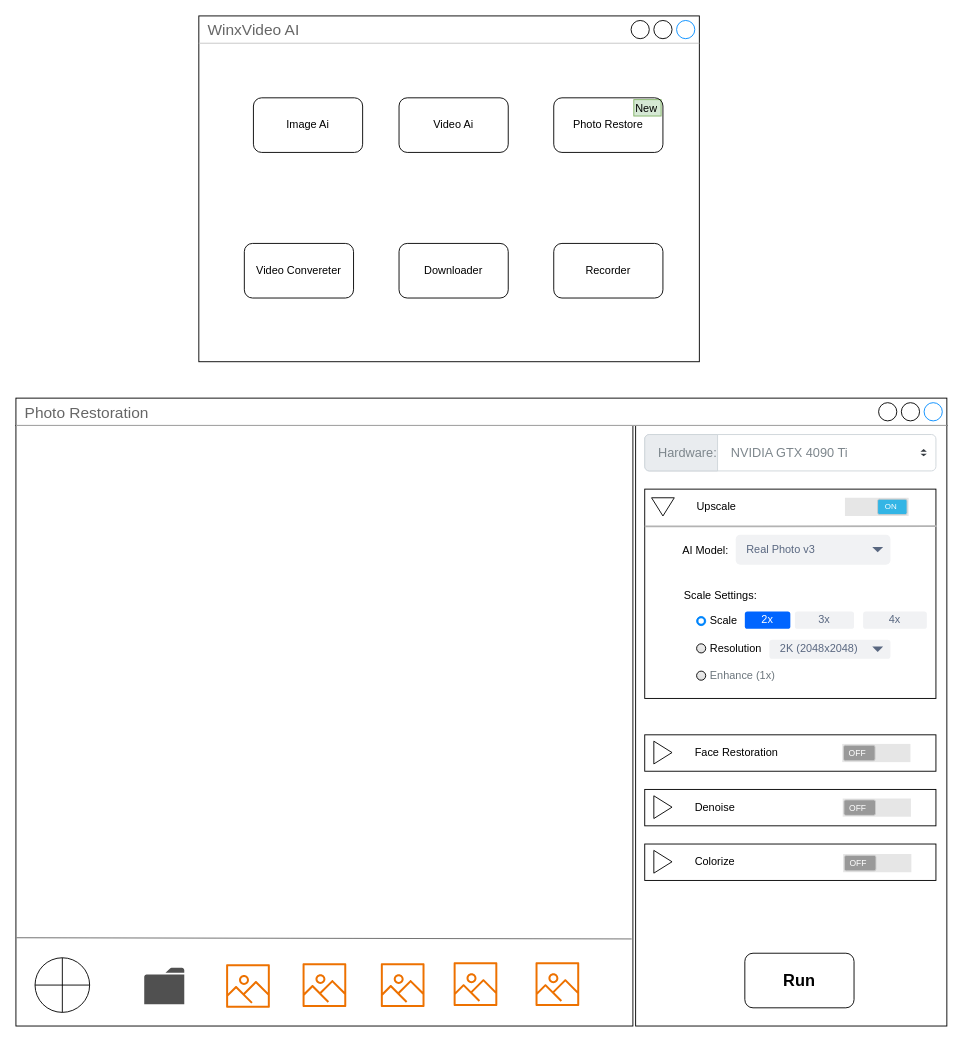
Above: photo.drawio in macfanr/drawio (draw.io), before the change. Source tidied: cells renumbered, new cells numbered last; positions are measured from the earlier drawing's top-left corner, leaving out a move shared by most shapes. Both pictures are drawn from the tidied source at 91%, with x=0, y=0 at pixel (15, 15).
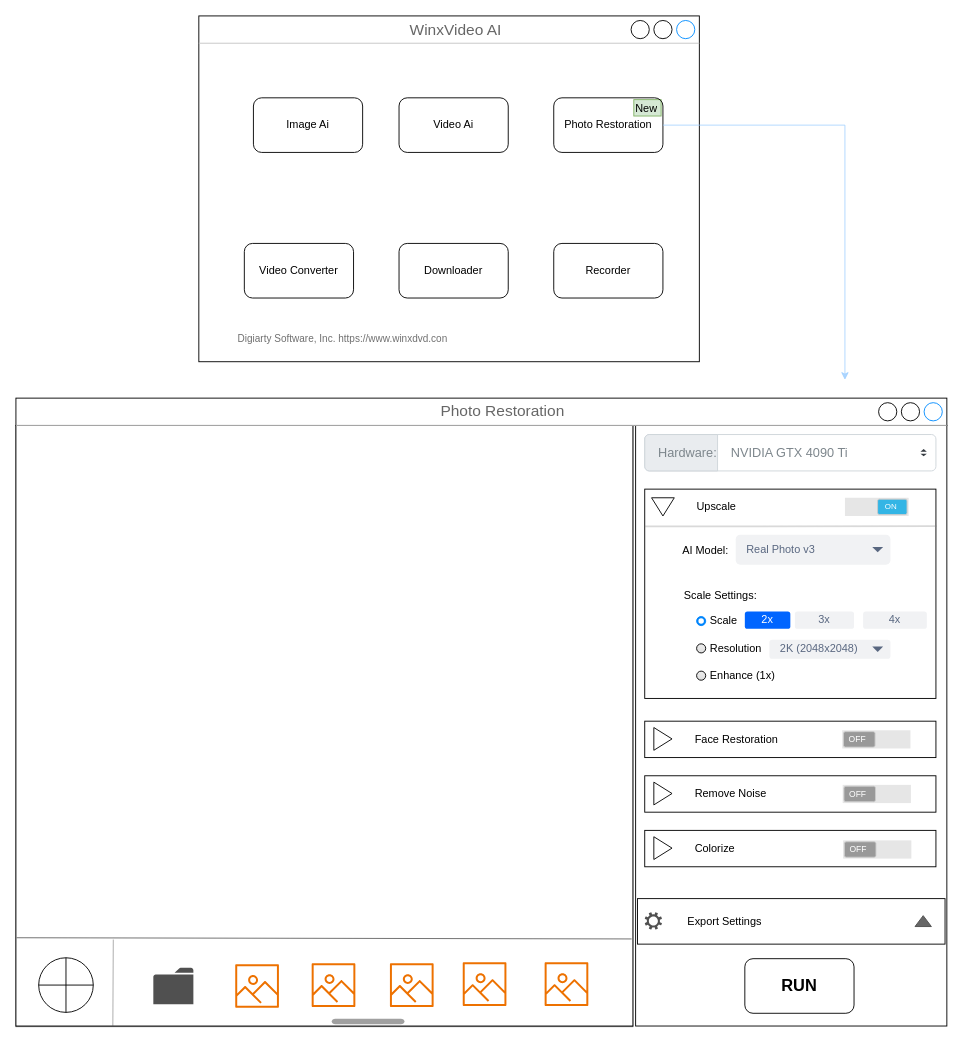
The same page after the edit.

Unchanged cells that the change refers to:
```xml
<mxCell id="13" style="html=1;whiteSpace=wrap;align=left;" parent="1" vertex="1">
  <mxGeometry x="691" y="520" width="320" height="230" as="geometry" />
</mxCell>
```

What changed in the source:
```diff
@@
-    <mxCell id="3" value="WinxVideo AI" style="strokeWidth=1;shadow=0;dashed=0;align=center;html=1;shape=mxgraph.mockup.containers.window;align=left;verticalAlign=top;spacingLeft=8;strokeColor2=#008cff;strokeColor3=#c4c4c4;fontColor=#666666;mainText=;fontSize=17;labelBackgroundColor=none;whiteSpace=wrap;" parent="1" vertex="1">
+    <mxCell id="3" style="strokeWidth=1;shadow=0;dashed=0;align=center;html=1;shape=mxgraph.mockup.containers.window;align=left;verticalAlign=top;spacingLeft=8;strokeColor2=#008cff;strokeColor3=#c4c4c4;fontColor=#666666;mainText=;fontSize=17;labelBackgroundColor=none;whiteSpace=wrap;" parent="1" vertex="1">
       <mxGeometry x="201" width="550" height="380" as="geometry" />
     </mxCell>
@@
-    <mxCell id="6" value="Video Convereter" style="rounded=1;whiteSpace=wrap;html=1;" parent="1" vertex="1">
+    <mxCell id="6" value="Video Converter" style="rounded=1;whiteSpace=wrap;html=1;" parent="1" vertex="1">
       <mxGeometry x="251" y="250" width="120" height="60" as="geometry" />
     </mxCell>
@@
-    <mxCell id="22" value="Enhance (1x&lt;span style=&quot;background-color: initial;&quot;&gt;)&lt;/span&gt;" style="html=1;shadow=0;dashed=0;shape=mxgraph.bootstrap.radioButton2;labelPosition=right;verticalLabelPosition=middle;align=left;verticalAlign=middle;gradientColor=#DEDEDE;fillColor=#EDEDED;checked=0;spacing=5;fontColor=#6C767D;checkedFill=#0085FC;checkedStroke=#ffffff;sketch=0;" parent="13" vertex="1">
+    <mxCell id="22" value="Enhance (1x&lt;span style=&quot;background-color: initial;&quot;&gt;)&lt;/span&gt;" style="html=1;shadow=0;dashed=0;shape=mxgraph.bootstrap.radioButton2;labelPosition=right;verticalLabelPosition=middle;align=left;verticalAlign=middle;gradientColor=#DEDEDE;fillColor=#EDEDED;checked=0;spacing=5;fontColor=#000000;checkedFill=#0085FC;checkedStroke=#ffffff;sketch=0;" parent="13" vertex="1">
       <mxGeometry x="57" y="200" width="10" height="10" as="geometry" />
     </mxCell>
@@
     <mxCell id="29" value="&lt;span style=&quot;white-space: pre;&quot;&gt;&#9;&lt;/span&gt;&lt;span style=&quot;white-space: pre;&quot;&gt;&#9;&lt;/span&gt;Face Restoration" style="html=1;whiteSpace=wrap;align=left;" parent="1" vertex="1">
-      <mxGeometry x="691" y="790" width="320" height="40" as="geometry" />
+      <mxGeometry x="691" y="775" width="320" height="40" as="geometry" />
     </mxCell>
@@
-    <mxCell id="32" value="&lt;span style=&quot;white-space: pre;&quot;&gt;&#9;&lt;/span&gt;&lt;span style=&quot;white-space: pre;&quot;&gt;&#9;&lt;/span&gt;Denoise" style="html=1;whiteSpace=wrap;align=left;" parent="1" vertex="1">
-      <mxGeometry x="691" y="850" width="320" height="40" as="geometry" />
+    <mxCell id="32" value="&lt;span style=&quot;white-space: pre;&quot;&gt;&#9;&lt;/span&gt;&lt;span style=&quot;white-space: pre;&quot;&gt;&#9;&lt;/span&gt;Remove Noise" style="html=1;whiteSpace=wrap;align=left;" parent="1" vertex="1">
+      <mxGeometry x="691" y="835" width="320" height="40" as="geometry" />
     </mxCell>
@@
     <mxCell id="35" value="&lt;span style=&quot;white-space: pre;&quot;&gt;&#9;&lt;/span&gt;&lt;span style=&quot;white-space: pre;&quot;&gt;&#9;&lt;/span&gt;Colorize" style="html=1;whiteSpace=wrap;align=left;" parent="1" vertex="1">
-      <mxGeometry x="691" y="910" width="320" height="40" as="geometry" />
+      <mxGeometry x="691" y="895" width="320" height="40" as="geometry" />
     </mxCell>
@@
-    <mxCell id="38" style="endArrow=none;html=1;strokeWidth=2;rounded=0;fillColor=#f5f5f5;strokeColor=#B3B3B3;entryX=1.003;entryY=0.177;entryDx=0;entryDy=0;entryPerimeter=0;" parent="1" edge="1" target="13">
+    <mxCell id="38" style="endArrow=none;html=1;strokeWidth=2;rounded=0;fillColor=#f5f5f5;strokeColor=#808080;entryX=1.003;entryY=0.177;entryDx=0;entryDy=0;entryPerimeter=0;labelBackgroundColor=none;fontColor=none;noLabel=1;opacity=30;" parent="1" edge="1" target="13">
       <mxGeometry relative="1" as="geometry">
         <mxPoint x="691" y="561" as="sourcePoint" />
       </mxGeometry>
     </mxCell>
-    <mxCell id="39" value="&lt;b&gt;&lt;font style=&quot;font-size: 18px;&quot;&gt;Run&lt;/font&gt;&lt;/b&gt;" style="rounded=1;whiteSpace=wrap;html=1;" parent="1" vertex="1">
-      <mxGeometry x="801" y="1030" width="120" height="60" as="geometry" />
+    <mxCell id="39" value="&lt;span style=&quot;font-size: 18px;&quot;&gt;&lt;b&gt;RUN&lt;/b&gt;&lt;/span&gt;" style="rounded=1;whiteSpace=wrap;html=1;" parent="1" vertex="1">
+      <mxGeometry x="801" y="1036" width="120" height="60" as="geometry" />
     </mxCell>
+    <mxCell id="47" value="New" style="text;html=1;strokeColor=#82b366;fillColor=#d5e8d4;align=left;verticalAlign=middle;whiteSpace=wrap;overflow=hidden;" parent="1" vertex="1">
+      <mxGeometry x="679" y="92" width="30" height="18" as="geometry" />
+    </mxCell>
+    <mxCell id="48" value="Photo Restoration" style="rounded=1;whiteSpace=wrap;html=1;fillColor=none;" parent="1" vertex="1">
+      <mxGeometry x="591" y="90" width="120" height="60" as="geometry" />
+    </mxCell>
+    <mxCell id="52" value="&lt;span style=&quot;color: rgb(102, 102, 102); font-size: 17px; text-align: left;&quot;&gt;WinxVideo AI&lt;/span&gt;" style="text;html=1;align=center;verticalAlign=middle;whiteSpace=wrap;rounded=0;" parent="1" vertex="1">
+      <mxGeometry x="416" y="2" width="135" height="30" as="geometry" />
+    </mxCell>
+    <mxCell id="53" style="endArrow=classic;html=1;rounded=0;exitX=1;exitY=0.5;exitDx=0;exitDy=0;opacity=80;strokeColor=#99CCFF;" parent="1" edge="1" source="48">
+      <mxGeometry relative="1" as="geometry">
+        <mxPoint x="911" y="400" as="targetPoint" />
+        <Array as="points">
+          <mxPoint x="911" y="120" />
+        </Array>
+      </mxGeometry>
+    </mxCell>
+    <mxCell id="54" value="Digiarty Software, Inc. https://www.winxdvd.con" style="text;html=1;align=left;verticalAlign=middle;whiteSpace=wrap;rounded=0;fontColor=#707070;fontSize=11;" parent="1" vertex="1">
+      <mxGeometry x="242" y="340" width="380" height="30" as="geometry" />
+    </mxCell>
+    <mxCell id="55" style="group;" parent="1" vertex="1">
+      <mxGeometry x="683" y="970" width="338" height="50" as="geometry" />
+    </mxCell>
+    <mxCell id="56" value="&lt;span style=&quot;white-space: pre;&quot;&gt;&#9;&lt;/span&gt;&lt;span style=&quot;white-space: pre;&quot;&gt;&#9;&lt;/span&gt;Export Settings" style="rounded=0;whiteSpace=wrap;html=1;align=left;" parent="55" vertex="1">
+      <mxGeometry width="338" height="50" as="geometry" />
+    </mxCell>
+    <mxCell id="57" style="sketch=0;shadow=0;dashed=0;html=1;strokeColor=none;fillColor=#505050;labelPosition=center;verticalLabelPosition=bottom;verticalAlign=top;align=center;shape=mxgraph.office.concepts.settings;" parent="55" vertex="1">
+      <mxGeometry x="8" y="15" width="19" height="19" as="geometry" />
+    </mxCell>
+    <mxCell id="58" style="triangle;whiteSpace=wrap;html=1;rotation=-90;strokeColor=#4D4D4D;fillColor=#666666;" parent="55" vertex="1">
+      <mxGeometry x="308" y="15.7" width="12" height="18" as="geometry" />
+    </mxCell>
+    <mxCell id="59" style="group;fillColor=#f5f5f5;fontColor=#333333;strokeColor=#666666;" parent="1" vertex="1">
+      <mxGeometry y="450" width="678" height="660.7" as="geometry" />
+    </mxCell>
-    <mxCell id="40" style="rounded=0;whiteSpace=wrap;html=1;" parent="1" vertex="1">
-      <mxGeometry y="450" width="678" height="660" as="geometry" />
+    <mxCell id="40" style="rounded=0;whiteSpace=wrap;html=1;" parent="59" vertex="1">
+      <mxGeometry width="678" height="660" as="geometry" />
     </mxCell>
-    <mxCell id="41" style="endArrow=none;html=1;rounded=0;entryX=0.998;entryY=0.855;entryDx=0;entryDy=0;entryPerimeter=0;exitX=0.001;exitY=0.853;exitDx=0;exitDy=0;exitPerimeter=0;fillColor=#f5f5f5;strokeColor=#666666;" parent="1" edge="1" source="40" target="40">
-      <mxGeometry relative="1" as="geometry" />
-    </mxCell>
+    <mxCell id="60" style="group;" parent="59" vertex="1">
+      <mxGeometry x="31" y="565" width="598" height="95.7" as="geometry" />
+    </mxCell>
-    <mxCell id="42" style="sketch=0;shadow=0;dashed=0;html=1;strokeColor=none;fillColor=#505050;labelPosition=center;verticalLabelPosition=bottom;verticalAlign=top;align=center;shape=mxgraph.office.concepts.folder;" parent="1" vertex="1">
-      <mxGeometry x="141" y="1046" width="44" height="40" as="geometry" />
+    <mxCell id="42" style="sketch=0;shadow=0;dashed=0;html=1;strokeColor=none;fillColor=#505050;labelPosition=center;verticalLabelPosition=bottom;verticalAlign=top;align=center;shape=mxgraph.office.concepts.folder;" parent="60" vertex="1">
+      <mxGeometry x="120" y="31" width="44" height="40" as="geometry" />
     </mxCell>
-    <mxCell id="43" style="sketch=0;fontColor=#232F3E;gradientColor=none;fillColor=#ED7100;strokeColor=none;dashed=0;verticalLabelPosition=bottom;verticalAlign=top;align=center;html=1;fontSize=12;fontStyle=0;shape=mxgraph.aws4.container_registry_image;" parent="1" vertex="1">
-      <mxGeometry x="231" y="1042" width="48" height="48" as="geometry" />
+    <mxCell id="43" style="sketch=0;fontColor=#232F3E;gradientColor=none;fillColor=#ED7100;strokeColor=none;dashed=0;verticalLabelPosition=bottom;verticalAlign=top;align=center;html=1;fontSize=12;fontStyle=0;shape=mxgraph.aws4.container_registry_image;" parent="60" vertex="1">
+      <mxGeometry x="210" y="27" width="48" height="48" as="geometry" />
     </mxCell>
-    <mxCell id="44" style="sketch=0;fontColor=#232F3E;gradientColor=none;fillColor=#ED7100;strokeColor=none;dashed=0;verticalLabelPosition=bottom;verticalAlign=top;align=center;html=1;fontSize=12;fontStyle=0;shape=mxgraph.aws4.container_registry_image;" parent="1" vertex="1">
-      <mxGeometry x="315" y="1041" width="48" height="48" as="geometry" />
+    <mxCell id="44" style="sketch=0;fontColor=#232F3E;gradientColor=none;fillColor=#ED7100;strokeColor=none;dashed=0;verticalLabelPosition=bottom;verticalAlign=top;align=center;html=1;fontSize=12;fontStyle=0;shape=mxgraph.aws4.container_registry_image;" parent="60" vertex="1">
+      <mxGeometry x="294" y="26" width="48" height="48" as="geometry" />
     </mxCell>
-    <mxCell id="45" style="sketch=0;fontColor=#232F3E;gradientColor=none;fillColor=#ED7100;strokeColor=none;dashed=0;verticalLabelPosition=bottom;verticalAlign=top;align=center;html=1;fontSize=12;fontStyle=0;shape=mxgraph.aws4.container_registry_image;" parent="1" vertex="1">
-      <mxGeometry x="401" y="1041" width="48" height="48" as="geometry" />
+    <mxCell id="45" style="sketch=0;fontColor=#232F3E;gradientColor=none;fillColor=#ED7100;strokeColor=none;dashed=0;verticalLabelPosition=bottom;verticalAlign=top;align=center;html=1;fontSize=12;fontStyle=0;shape=mxgraph.aws4.container_registry_image;" parent="60" vertex="1">
+      <mxGeometry x="380" y="26" width="48" height="48" as="geometry" />
     </mxCell>
-    <mxCell id="46" style="verticalLabelPosition=bottom;verticalAlign=top;html=1;shape=mxgraph.flowchart.summing_function;" parent="1" vertex="1">
-      <mxGeometry x="21" y="1035" width="60" height="60" as="geometry" />
+    <mxCell id="46" style="verticalLabelPosition=bottom;verticalAlign=top;html=1;shape=mxgraph.flowchart.summing_function;" parent="60" vertex="1">
+      <mxGeometry x="-6" y="20" width="60" height="60" as="geometry" />
     </mxCell>
-    <mxCell id="47" value="New" style="text;html=1;strokeColor=#82b366;fillColor=#d5e8d4;align=left;verticalAlign=middle;whiteSpace=wrap;overflow=hidden;" parent="1" vertex="1">
-      <mxGeometry x="679" y="92" width="30" height="18" as="geometry" />
-    </mxCell>
-    <mxCell id="48" value="Photo Restore" style="rounded=1;whiteSpace=wrap;html=1;fillColor=none;" parent="1" vertex="1">
-      <mxGeometry x="591" y="90" width="120" height="60" as="geometry" />
-    </mxCell>
-    <mxCell id="49" value="Photo Restoration" style="strokeWidth=1;shadow=0;dashed=0;align=center;html=1;shape=mxgraph.mockup.containers.window;align=left;verticalAlign=top;spacingLeft=8;strokeColor2=#008cff;strokeColor3=#c4c4c4;fontColor=#666666;mainText=;fontSize=17;labelBackgroundColor=none;whiteSpace=wrap;" parent="1" vertex="1">
-      <mxGeometry y="420" width="1023" height="30" as="geometry" />
-    </mxCell>
-    <mxCell id="50" style="sketch=0;fontColor=#232F3E;gradientColor=none;fillColor=#ED7100;strokeColor=none;dashed=0;verticalLabelPosition=bottom;verticalAlign=top;align=center;html=1;fontSize=12;fontStyle=0;shape=mxgraph.aws4.container_registry_image;" parent="1" vertex="1">
-      <mxGeometry x="481" y="1040" width="48" height="48" as="geometry" />
+    <mxCell id="50" style="sketch=0;fontColor=#232F3E;gradientColor=none;fillColor=#ED7100;strokeColor=none;dashed=0;verticalLabelPosition=bottom;verticalAlign=top;align=center;html=1;fontSize=12;fontStyle=0;shape=mxgraph.aws4.container_registry_image;" parent="60" vertex="1">
+      <mxGeometry x="460" y="25" width="48" height="48" as="geometry" />
     </mxCell>
-    <mxCell id="51" style="sketch=0;fontColor=#232F3E;gradientColor=none;fillColor=#ED7100;strokeColor=none;dashed=0;verticalLabelPosition=bottom;verticalAlign=top;align=center;html=1;fontSize=12;fontStyle=0;shape=mxgraph.aws4.container_registry_image;" parent="1" vertex="1">
-      <mxGeometry x="571" y="1040" width="48" height="48" as="geometry" />
+    <mxCell id="51" style="sketch=0;fontColor=#232F3E;gradientColor=none;fillColor=#ED7100;strokeColor=none;dashed=0;verticalLabelPosition=bottom;verticalAlign=top;align=center;html=1;fontSize=12;fontStyle=0;shape=mxgraph.aws4.container_registry_image;" parent="60" vertex="1">
+      <mxGeometry x="550" y="25" width="48" height="48" as="geometry" />
     </mxCell>
+    <mxCell id="61" style="endArrow=none;html=1;rounded=0;exitX=0.163;exitY=1.001;exitDx=0;exitDy=0;exitPerimeter=0;fontColor=#333333;strokeColor=#4D4D4D;opacity=50;" parent="60" edge="1">
+      <mxGeometry relative="1" as="geometry">
+        <mxPoint x="75.5" y="95.7" as="sourcePoint" />
+        <mxPoint x="76" as="targetPoint" />
+      </mxGeometry>
+    </mxCell>
+    <mxCell id="62" style="html=1;verticalLabelPosition=bottom;labelBackgroundColor=#ffffff;verticalAlign=top;shadow=0;dashed=0;strokeWidth=2;shape=mxgraph.ios7.misc.scroll_(horizontal);fillColor=#a0a0a0;" parent="60" vertex="1">
+      <mxGeometry x="316" y="87" width="80" height="6" as="geometry" />
+    </mxCell>
+    <mxCell id="41" style="endArrow=none;html=1;rounded=0;entryX=0.998;entryY=0.855;entryDx=0;entryDy=0;entryPerimeter=0;exitX=0.001;exitY=0.853;exitDx=0;exitDy=0;exitPerimeter=0;fillColor=#f5f5f5;strokeColor=#666666;" parent="59" edge="1" source="40" target="40">
+      <mxGeometry relative="1" as="geometry" />
+    </mxCell>
+    <mxCell id="63" style="group;" parent="1" vertex="1">
+      <mxGeometry y="420" width="1023" height="30" as="geometry" />
+    </mxCell>
+    <mxCell id="49" style="strokeWidth=1;shadow=0;dashed=0;align=center;html=1;shape=mxgraph.mockup.containers.window;align=left;verticalAlign=top;spacingLeft=8;strokeColor2=#008cff;strokeColor3=#c4c4c4;fontColor=#666666;mainText=;fontSize=17;labelBackgroundColor=none;whiteSpace=wrap;" parent="63" vertex="1">
+      <mxGeometry width="1023" height="30" as="geometry" />
+    </mxCell>
+    <mxCell id="64" value="&lt;span style=&quot;color: rgb(102, 102, 102); font-size: 17px; text-align: left;&quot;&gt;Photo Restoration&lt;/span&gt;" style="text;html=1;align=center;verticalAlign=middle;whiteSpace=wrap;rounded=0;" parent="63" vertex="1">
+      <mxGeometry x="439" width="192" height="30" as="geometry" />
+    </mxCell>
```
